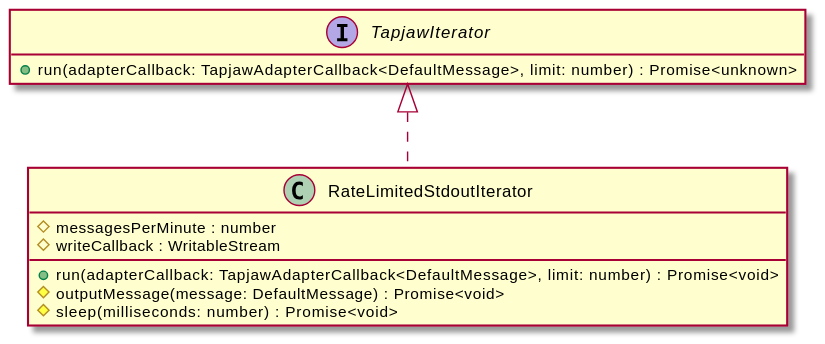
Before: api-docs/assets/RateLimitedStdoutIterator-umlClassDiagram-317.svg, a diagram exported from PlantUML (digidip/tapjaw-importer).
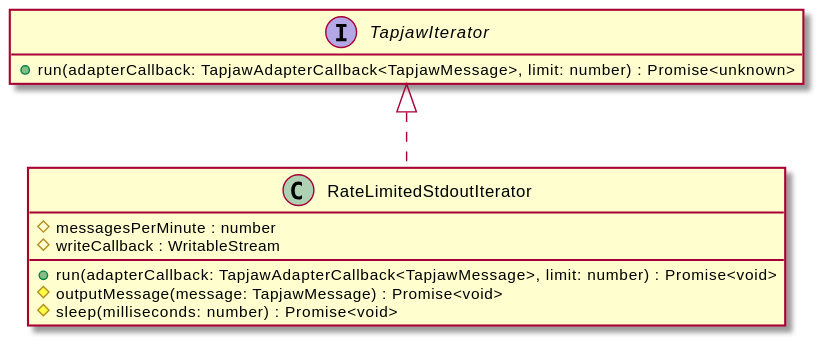
After the commit.

What changed in the source:
```diff
@@ -5,12 +5,12 @@
 class "RateLimitedStdoutIterator" {
     #messagesPerMinute : number
     #writeCallback : WritableStream
-    +run(adapterCallback: TapjawAdapterCallback<DefaultMessage>, limit: number) : Promise<void>
-    #outputMessage(message: DefaultMessage) : Promise<void>
+    +run(adapterCallback: TapjawAdapterCallback<TapjawMessage>, limit: number) : Promise<void>
+    #outputMessage(message: TapjawMessage) : Promise<void>
     #sleep(milliseconds: number) : Promise<void>
 }
 interface "TapjawIterator" {
-    +run(adapterCallback: TapjawAdapterCallback<DefaultMessage>, limit: number) : Promise<unknown>
+    +run(adapterCallback: TapjawAdapterCallback<TapjawMessage>, limit: number) : Promise<unknown>
 }
 "TapjawIterator" <|.. "RateLimitedStdoutIterator"
 @enduml
```
